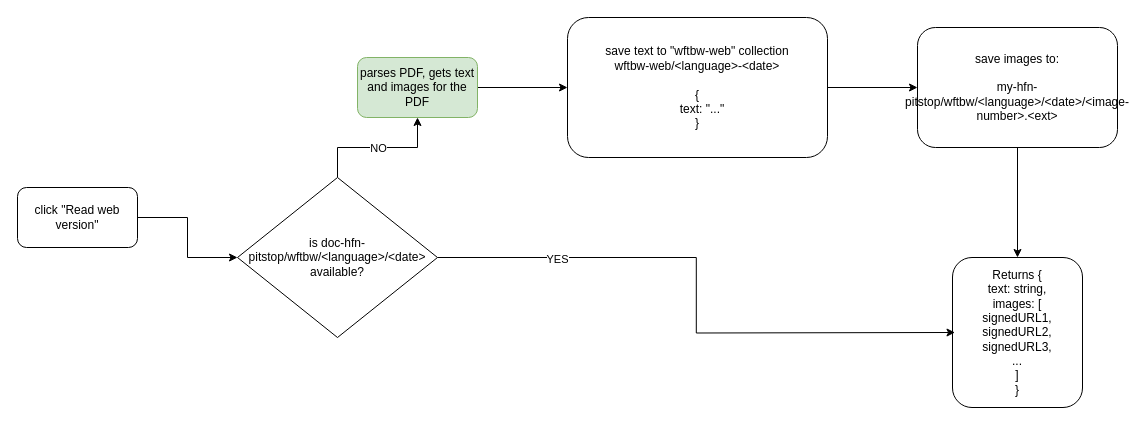
Earlier version of the draw.io diagram page "Read Web Version" (7 of 7) of my-hfn-pitstop.drawio (appsparkler/draw.io). Source tidied: cells renumbered, new cells numbered last; positions are measured from the earlier drawing's top-left corner, leaving out a move shared by most shapes. Both pictures are drawn from the tidied source at 100%, with x=0, y=0 at pixel (17, 17).
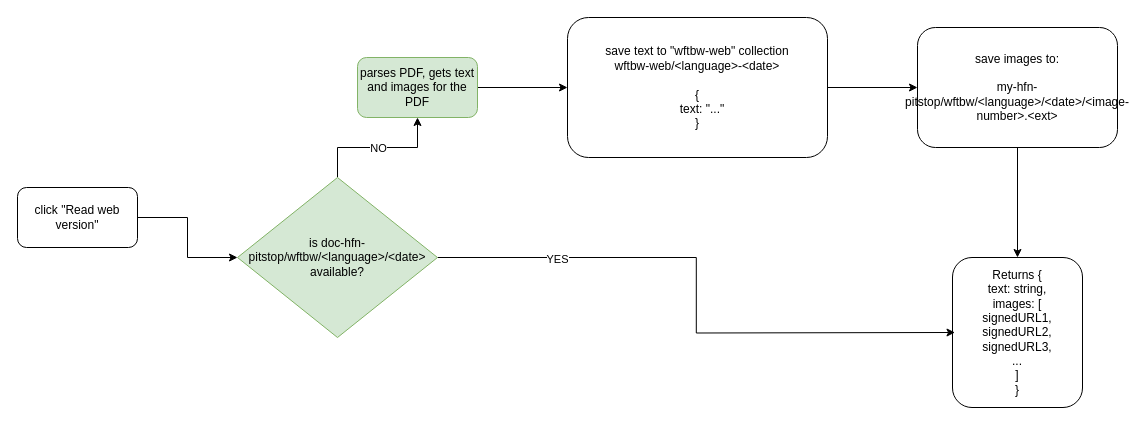
The same diagram, later.

What changed in the source:
```diff
@@
 <mxGraphModel>
   <root>
     <mxCell id="0" />
     <mxCell id="1" parent="0" />
     <mxCell id="2" style="edgeStyle=orthogonalEdgeStyle;rounded=0;jettySize=auto;html=1;" parent="1" edge="1" source="15" target="6">
       <mxGeometry relative="1" as="geometry" />
     </mxCell>
     <mxCell id="3" value="NO" style="edgeLabel;html=1;align=center;verticalAlign=middle;" parent="2" vertex="1">
       <mxGeometry x="-0.41" y="2" relative="1" as="geometry">
         <mxPoint x="29" y="2" as="offset" />
       </mxGeometry>
     </mxCell>
     <mxCell id="4" value="click &quot;Read web version&quot;" style="rounded=1;whiteSpace=wrap;html=1;" parent="1" vertex="1">
       <mxGeometry y="170" width="120" height="60" as="geometry" />
     </mxCell>
     <mxCell id="5" style="edgeStyle=orthogonalEdgeStyle;rounded=0;jettySize=auto;html=1;" parent="1" edge="1" source="6" target="8">
       <mxGeometry relative="1" as="geometry" />
     </mxCell>
     <mxCell id="6" value="parses PDF, gets text and images for the PDF" style="whiteSpace=wrap;html=1;rounded=1;fillColor=#d5e8d4;strokeColor=#82b366;" parent="1" vertex="1">
       <mxGeometry x="340" y="40" width="120" height="60" as="geometry" />
     </mxCell>
     <mxCell id="7" style="edgeStyle=orthogonalEdgeStyle;rounded=0;jettySize=auto;html=1;" parent="1" edge="1" source="8" target="10">
       <mxGeometry relative="1" as="geometry" />
     </mxCell>
     <mxCell id="8" value="save text to &quot;wftbw-web&quot; collection&lt;br&gt;wftbw-web/&amp;lt;language&amp;gt;-&amp;lt;date&amp;gt;&lt;br&gt;&lt;br&gt;{&lt;br&gt;&amp;nbsp; &amp;nbsp;text: &quot;...&quot;&lt;br&gt;}" style="whiteSpace=wrap;html=1;rounded=1;" parent="1" vertex="1">
       <mxGeometry x="550" width="260" height="140" as="geometry" />
     </mxCell>
     <mxCell id="9" style="edgeStyle=orthogonalEdgeStyle;rounded=0;jettySize=auto;html=1;" parent="1" edge="1" source="10" target="11">
       <mxGeometry relative="1" as="geometry" />
     </mxCell>
     <mxCell id="10" value="save images to:&lt;br&gt;&lt;br&gt;my-hfn-pitstop/wftbw/&amp;lt;language&amp;gt;/&amp;lt;date&amp;gt;/&amp;lt;image-number&amp;gt;.&amp;lt;ext&amp;gt;" style="whiteSpace=wrap;html=1;rounded=1;" parent="1" vertex="1">
       <mxGeometry x="900" y="10" width="200" height="120" as="geometry" />
     </mxCell>
     <mxCell id="11" value="Returns {&lt;br&gt;&lt;div&gt;text: string,&lt;/div&gt;&lt;div&gt;images: [&lt;/div&gt;&lt;div&gt;signedURL1,&lt;br&gt;signedURL2,&lt;br&gt;signedURL3,&lt;br&gt;...&lt;/div&gt;&lt;div&gt;]&lt;/div&gt;}" style="whiteSpace=wrap;html=1;rounded=1;" parent="1" vertex="1">
       <mxGeometry x="935" y="240" width="130" height="150" as="geometry" />
     </mxCell>
     <mxCell id="12" style="edgeStyle=orthogonalEdgeStyle;rounded=0;jettySize=auto;html=1;" parent="1" edge="1" source="4" target="15">
       <mxGeometry relative="1" as="geometry" />
     </mxCell>
     <mxCell id="13" style="edgeStyle=orthogonalEdgeStyle;rounded=0;jettySize=auto;html=1;entryX=0;entryY=0.5;entryDx=0;entryDy=0;exitX=1;exitY=0.5;exitDx=0;exitDy=0;" parent="1" edge="1" source="15">
       <mxGeometry relative="1" as="geometry">
         <mxPoint x="937.5" y="315" as="targetPoint" />
       </mxGeometry>
     </mxCell>
     <mxCell id="14" value="YES" style="edgeLabel;html=1;align=center;verticalAlign=middle;" parent="13" vertex="1">
       <mxGeometry x="-0.6" y="-1" relative="1" as="geometry" />
     </mxCell>
-    <mxCell id="15" value="is doc-hfn-pitstop/wftbw/&amp;lt;language&amp;gt;/&amp;lt;date&amp;gt; available?" style="rhombus;whiteSpace=wrap;html=1;fontStyle=0;" parent="1" vertex="1">
+    <mxCell id="15" value="is doc-hfn-pitstop/wftbw/&amp;lt;language&amp;gt;/&amp;lt;date&amp;gt; available?" style="rhombus;whiteSpace=wrap;html=1;fontStyle=0;fillColor=#d5e8d4;strokeColor=#82b366;" parent="1" vertex="1">
       <mxGeometry x="220" y="160" width="200" height="160" as="geometry" />
     </mxCell>
   </root>
 </mxGraphModel>
```
